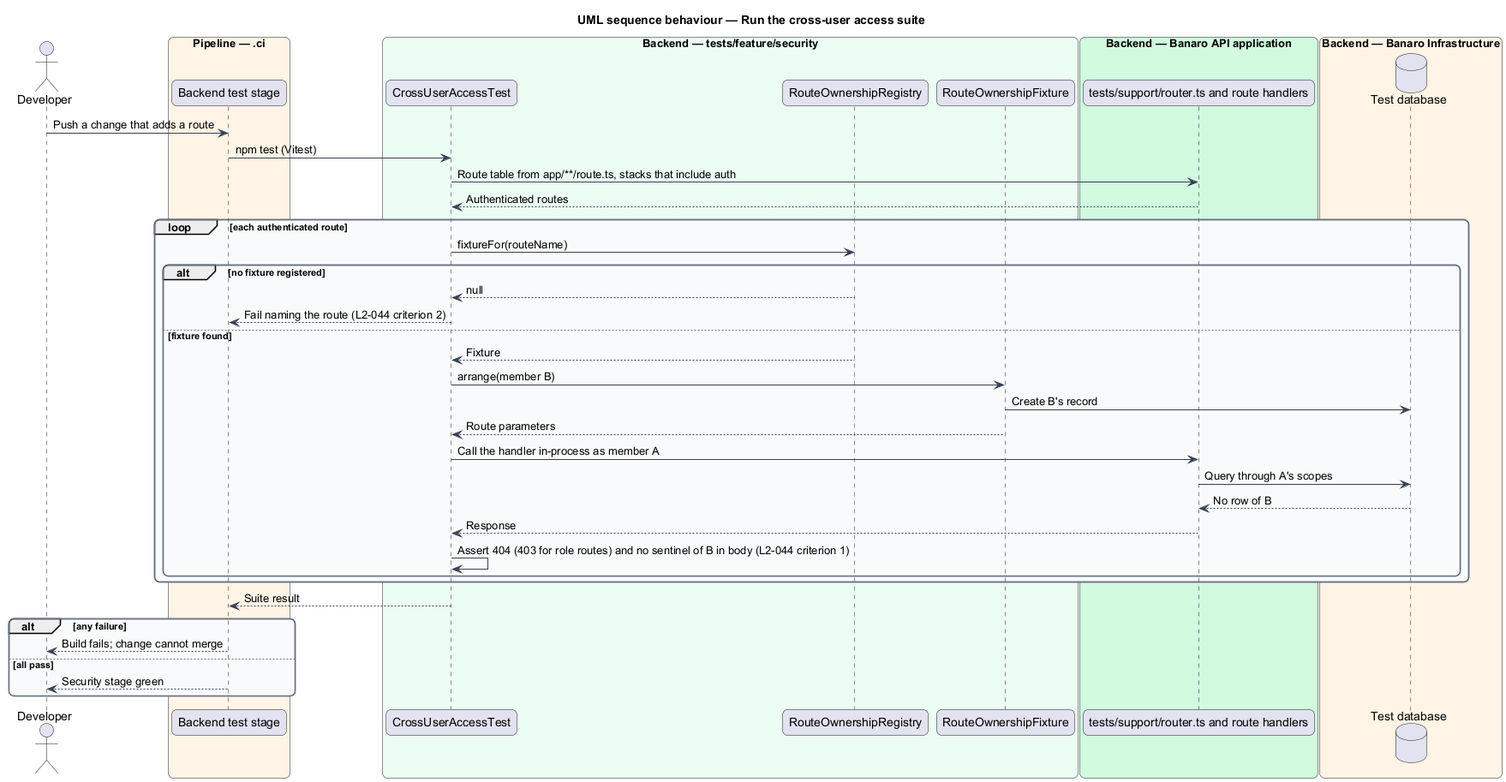
Before: docs/detailed-designs/security/scope-data-access/diagrams/sequence-cross-user-suite.png, a diagram exported from PlantUML (QuinntyneBrown/banaro). Source of this version:
```plantuml
@startuml
title UML sequence behaviour — Run the cross-user access suite
skinparam backgroundColor #FFFFFF
skinparam shadowing false
skinparam roundcorner 12
skinparam defaultFontName Arial
skinparam ArrowColor #344054
skinparam rectangle {
  BorderColor #344054
  FontColor #101828
}
skinparam package {
  BorderColor #667085
  FontColor #101828
  BackgroundColor #F9FAFB
}
actor "Developer" as actor
box "Pipeline — .ci" #FFF4E5
  participant "Backend test stage" as stage
end box
box "Backend — tests/feature/security" #ECFDF3
  participant "CrossUserAccessTest" as test
  participant "RouteOwnershipRegistry" as registry
  participant "RouteOwnershipFixture" as fixture
end box
box "Backend — Banaro API application" #D1FADF
  participant "tests/support/router.ts and route handlers" as kernel
end box
box "Backend — Banaro Infrastructure" #FFF4E5
  database "Test database" as db
end box

actor -> stage : Push a change that adds a route
stage -> test : npm test (Vitest)
test -> kernel : Route table from app/**/route.ts, stacks that include auth
kernel --> test : Authenticated routes
loop each authenticated route
  test -> registry : fixtureFor(routeName)
  alt no fixture registered
    registry --> test : null
    test --> stage : Fail naming the route (L2-044 criterion 2)
  else fixture found
    registry --> test : Fixture
    test -> fixture : arrange(member B)
    fixture -> db : Create B's record
    fixture --> test : Route parameters
    test -> kernel : Call the handler in-process as member A
    kernel -> db : Query through A's scopes
    db --> kernel : No row of B
    kernel --> test : Response
    test -> test : Assert 404 (403 for role routes) and no sentinel of B in body (L2-044 criterion 1)
  end
end
test --> stage : Suite result
alt any failure
  stage --> actor : Build fails; change cannot merge
else all pass
  stage --> actor : Security stage green
end
@enduml
```
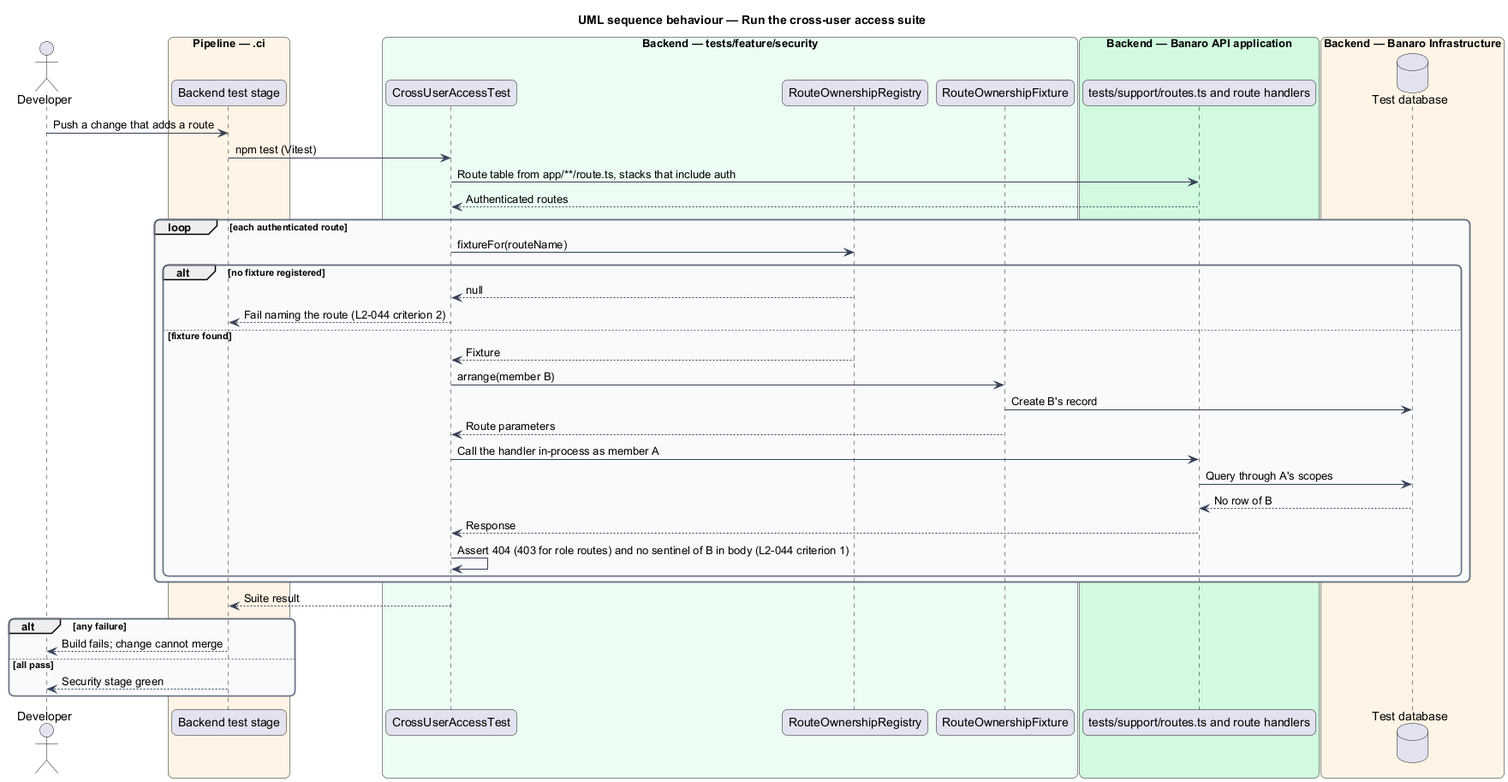
Later version of the same file.

Change to the diagram source:
```diff
@@ -24,7 +24,7 @@
   participant "RouteOwnershipFixture" as fixture
 end box
 box "Backend — Banaro API application" #D1FADF
-  participant "tests/support/router.ts and route handlers" as kernel
+  participant "tests/support/routes.ts and route handlers" as kernel
 end box
 box "Backend — Banaro Infrastructure" #FFF4E5
   database "Test database" as db
```
